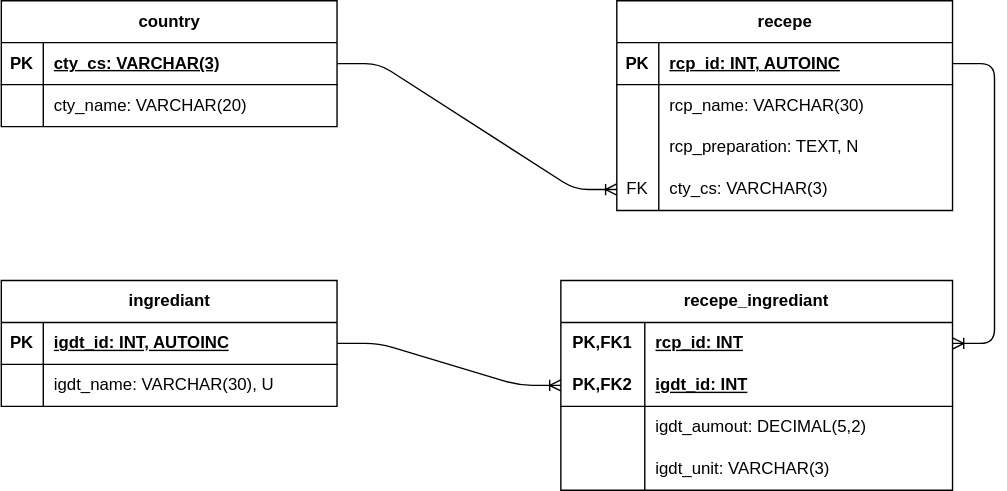
Before: docs/img/relation.dio.svg, a diagram exported from draw.io (elma1989/ccb). Source tidied: cells renumbered, new cells last; positions are measured from the earlier drawing's top-left corner, leaving out a move shared by most shapes.
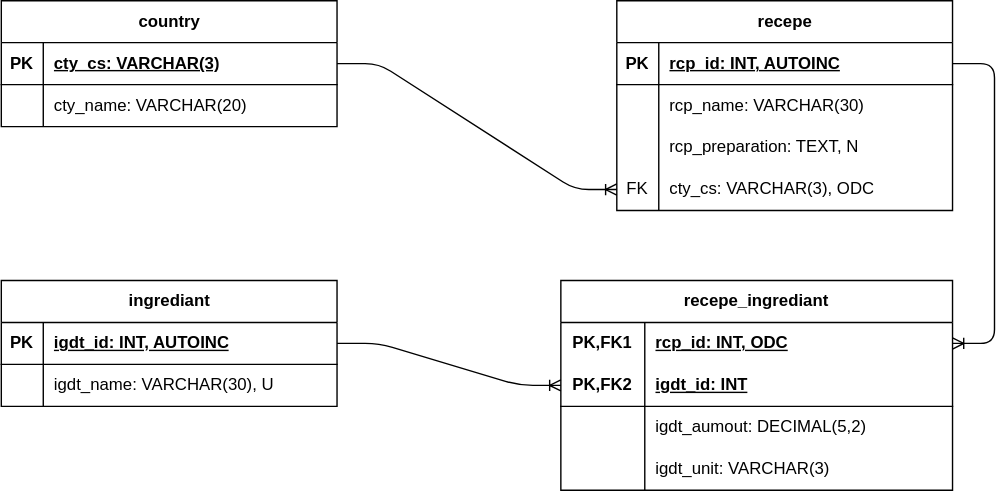
Above is the later version.

Change to the diagram source:
```diff
@@ -59,7 +59,7 @@
     <mxCell id="20" value="FK" style="shape=partialRectangle;fillColor=none;top=0;left=0;bottom=0;right=0;overflow=hidden;whiteSpace=wrap;html=1;" parent="19" vertex="1">
       <mxGeometry width="30" height="30" as="geometry" />
     </mxCell>
-    <mxCell id="21" value="cty_cs: VARCHAR(3)" style="shape=partialRectangle;fillColor=none;top=0;left=0;bottom=0;right=0;align=left;spacingLeft=6;overflow=hidden;whiteSpace=wrap;html=1;" parent="19" vertex="1">
+    <mxCell id="21" value="cty_cs: VARCHAR(3), ODC" style="shape=partialRectangle;fillColor=none;top=0;left=0;bottom=0;right=0;align=left;spacingLeft=6;overflow=hidden;whiteSpace=wrap;html=1;" parent="19" vertex="1">
       <mxGeometry x="30" width="210" height="30" as="geometry" />
     </mxCell>
     <mxCell id="22" value="ingrediant" style="shape=table;startSize=30;rowLines=0;fontStyle=1;align=center;html=1;" parent="1" vertex="1">
@@ -92,7 +92,7 @@
     <mxCell id="31" value="PK,FK1" style="shape=partialRectangle;fillColor=none;top=0;left=0;bottom=0;right=0;fontStyle=1;overflow=hidden;html=1;whiteSpace=wrap;" parent="30" vertex="1">
       <mxGeometry width="60" height="30" as="geometry" />
     </mxCell>
-    <mxCell id="32" value="rcp_id: INT" style="shape=partialRectangle;fillColor=none;top=0;left=0;bottom=0;right=0;align=left;spacingLeft=6;fontStyle=5;overflow=hidden;html=1;whiteSpace=wrap;" parent="30" vertex="1">
+    <mxCell id="32" value="rcp_id: INT, ODC" style="shape=partialRectangle;fillColor=none;top=0;left=0;bottom=0;right=0;align=left;spacingLeft=6;fontStyle=5;overflow=hidden;html=1;whiteSpace=wrap;" parent="30" vertex="1">
       <mxGeometry x="60" width="220" height="30" as="geometry" />
     </mxCell>
     <mxCell id="33" style="shape=tableRow;horizontal=0;startSize=0;swimlaneHead=0;swimlaneBody=0;fillColor=none;points=[[0,0.5],[1,0.5]];portConstraint=eastwest;top=0;left=0;right=0;bottom=1;html=1;" parent="29" vertex="1">
```
